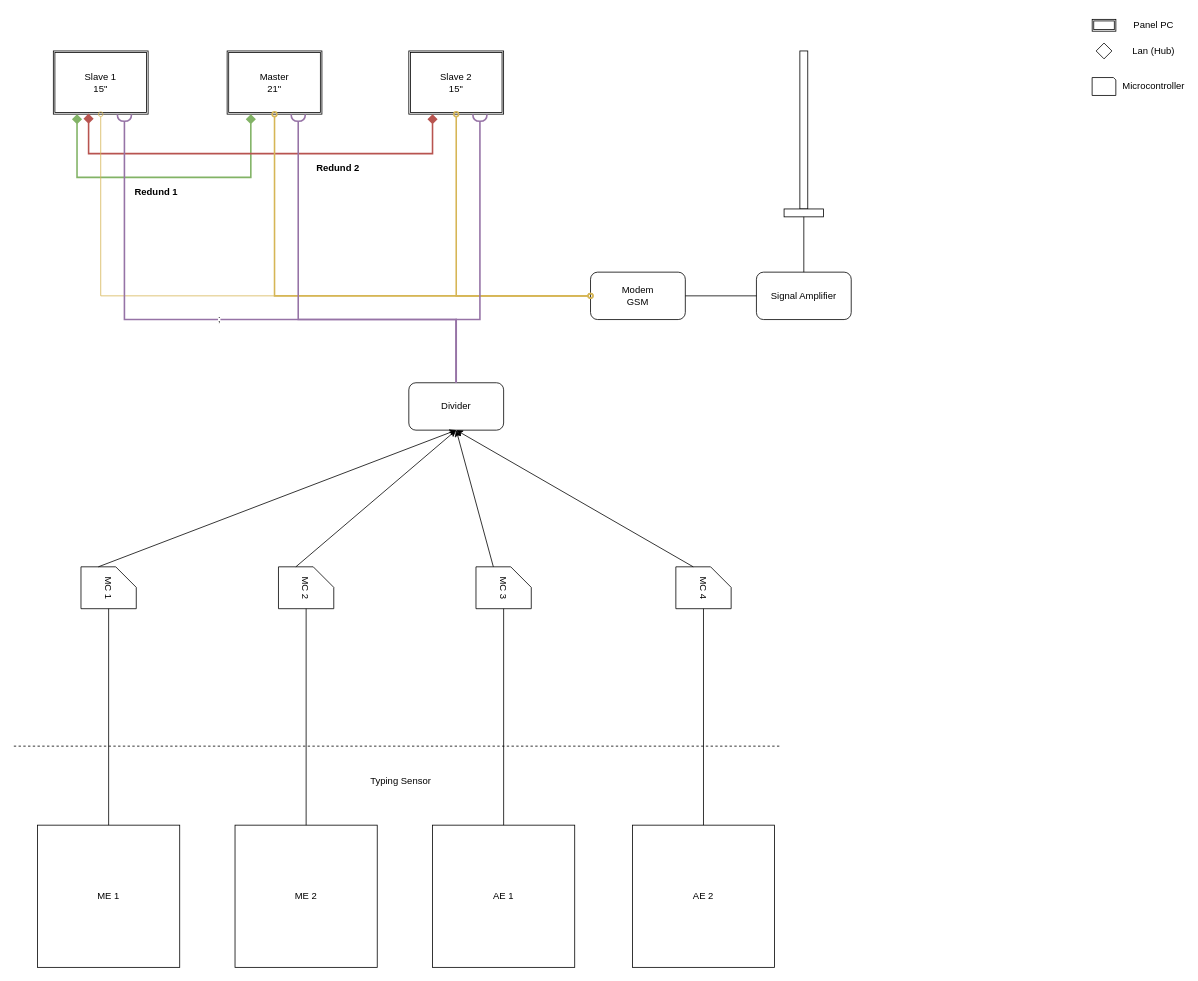
Above: Sistem Diagram AMS.drawio in Dimasariza/Arduino (draw.io), before the change. Source tidied: cells renumbered, new cells numbered last; positions are measured from the earlier drawing's top-left corner, leaving out a move shared by most shapes. Both pictures are drawn from the tidied source at 79%, with x=0, y=0 at pixel (13, 13).
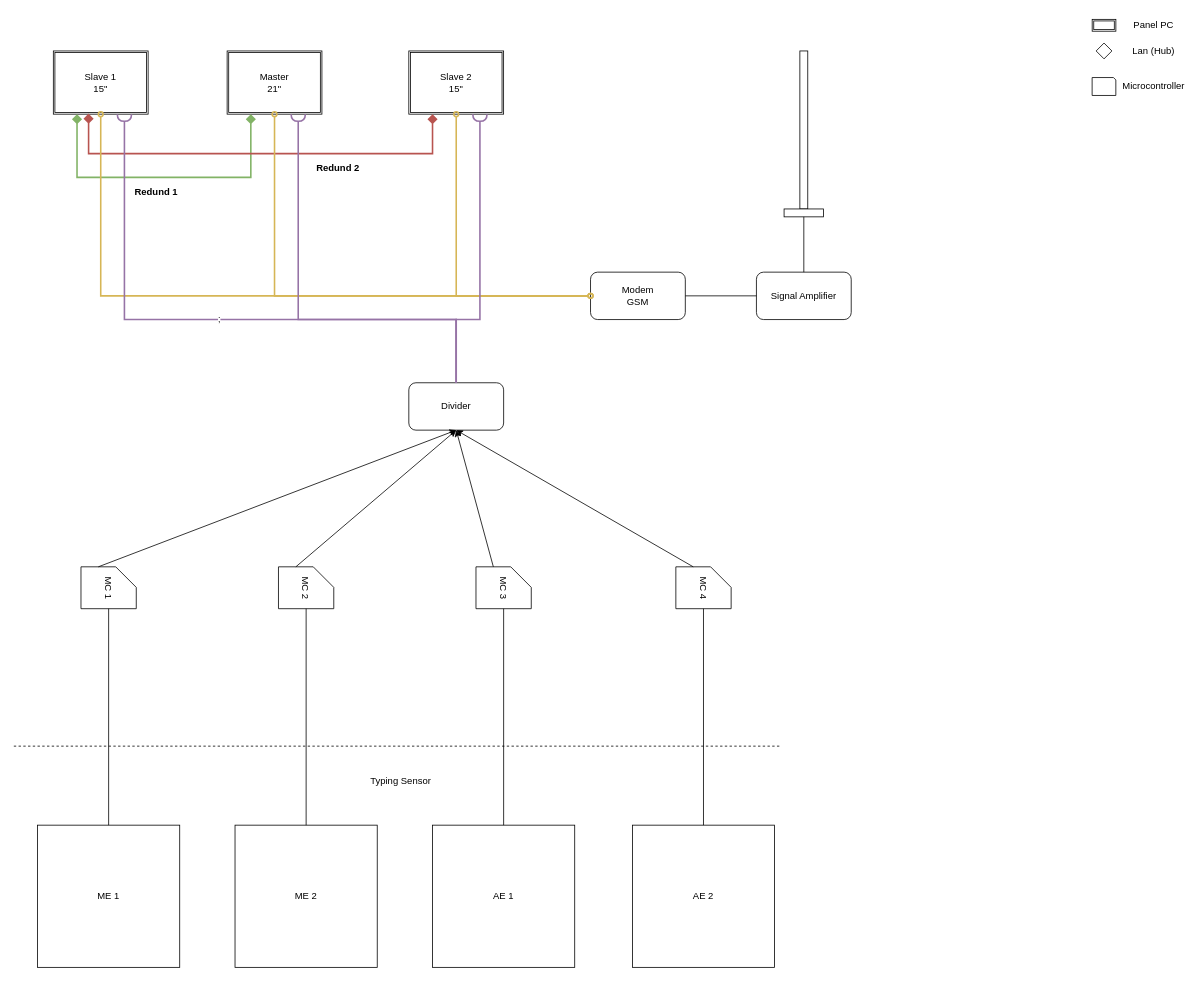
Above is the later version.

The change refers to these unchanged cells:
```xml
<mxCell id="2" value="Slave 1&lt;br&gt;15&quot;" style="shape=ext;double=1;rounded=0;whiteSpace=wrap;html=1;" parent="1" vertex="1">
  <mxGeometry x="50" y="48" width="120" height="80" as="geometry" />
</mxCell>
<mxCell id="27" value="Modem&lt;br&gt;GSM" style="rounded=1;whiteSpace=wrap;html=1;" parent="1" vertex="1">
  <mxGeometry x="730" y="328" width="120" height="60" as="geometry" />
</mxCell>
```

The edit, as a diff of the source:
```diff
@@
-    <mxCell id="31" style="endArrow=oval;html=1;rounded=0;exitX=0.5;exitY=1;exitDx=0;exitDy=0;entryX=0;entryY=0.5;entryDx=0;entryDy=0;fillColor=#fff2cc;strokeColor=#d6b656;endFill=0;startArrow=oval;startFill=0;" parent="1" edge="1" source="2" target="27">
+    <mxCell id="31" style="endArrow=oval;html=1;rounded=0;exitX=0.5;exitY=1;exitDx=0;exitDy=0;entryX=0;entryY=0.5;entryDx=0;entryDy=0;fillColor=#fff2cc;strokeColor=#d6b656;endFill=0;startArrow=oval;startFill=0;strokeWidth=2;" parent="1" edge="1" source="2" target="27">
       <mxGeometry relative="1" as="geometry">
         <Array as="points">
           <mxPoint x="110" y="358" />
         </Array>
       </mxGeometry>
     </mxCell>
```
